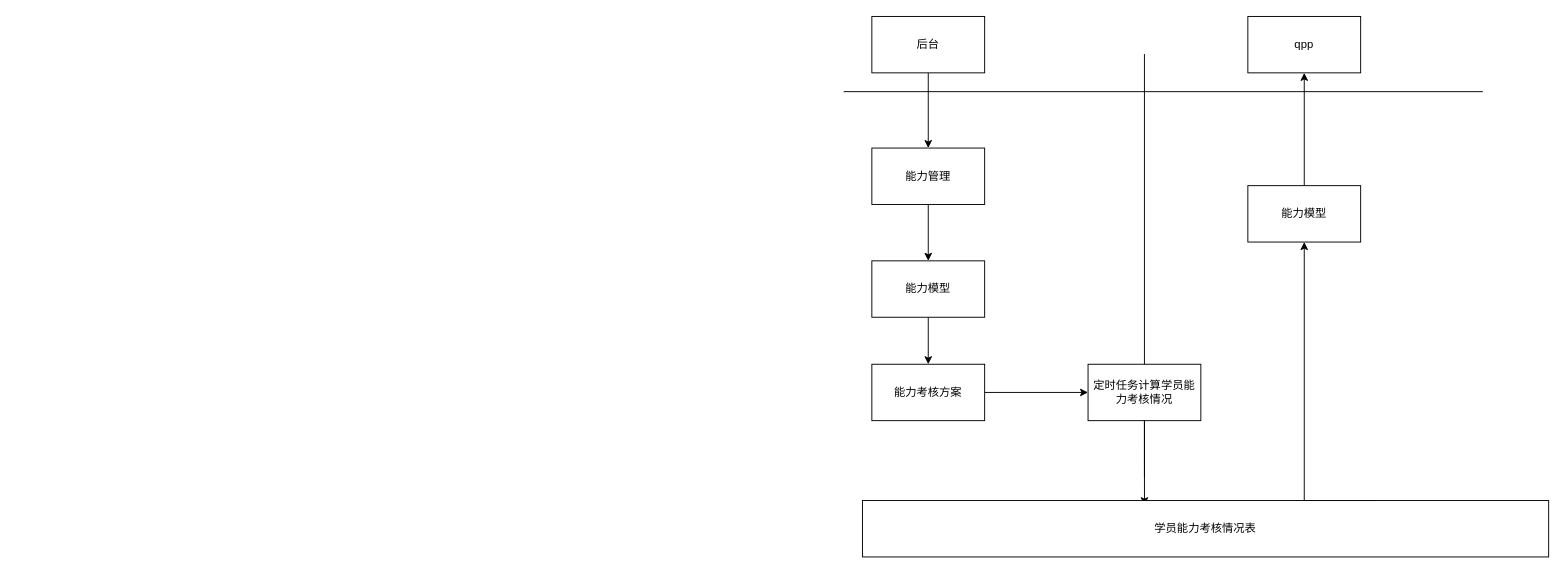
Above: exe/EXEPD-90418.drawio in w849027724/draw_files (draw.io), before the change. Source tidied: cells renumbered, new cells numbered last; positions are measured from the earlier drawing's top-left corner, leaving out a move shared by most shapes. Both pictures are drawn from the tidied source at 94%, with x=0, y=0 at pixel (843, 16).
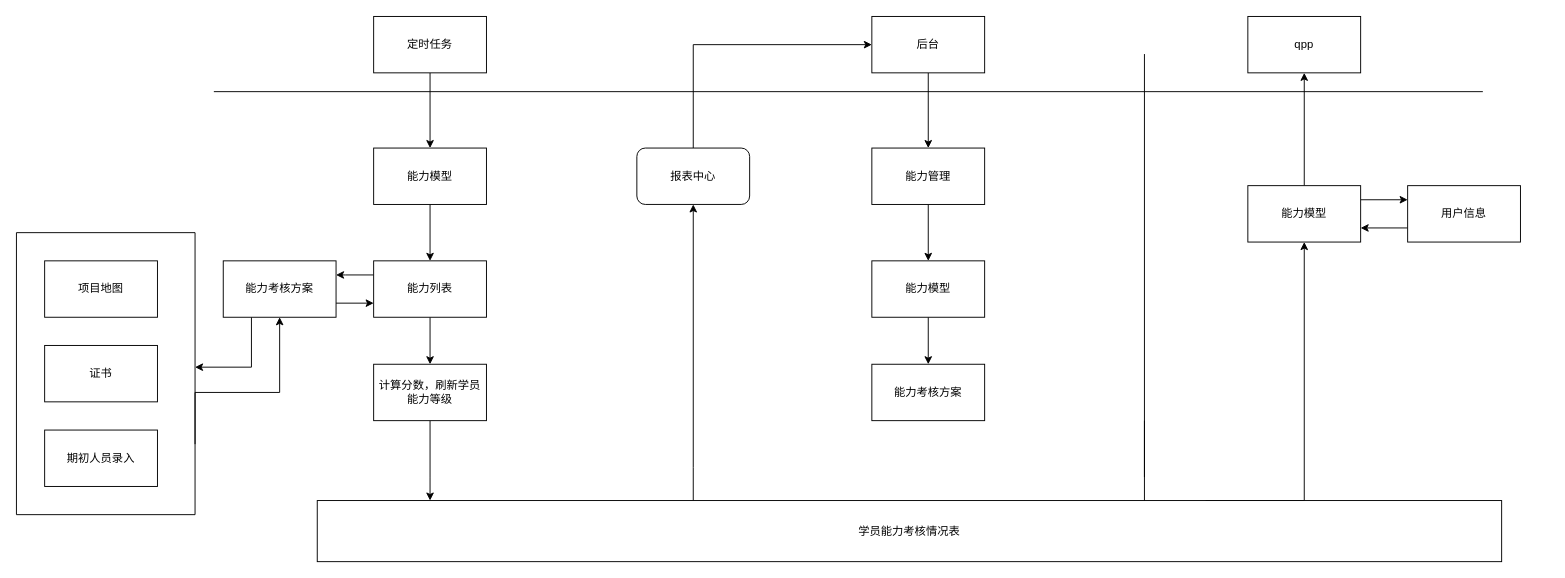
The same page after the edit.

Unchanged cells that the change refers to:
```xml
<mxCell id="5" value="后台" style="rounded=0;whiteSpace=wrap;html=1;" parent="1" vertex="1">
  <mxGeometry x="30" width="120" height="60" as="geometry" />
</mxCell>
<mxCell id="11" value="能力考核方案" style="rounded=0;whiteSpace=wrap;html=1;" parent="1" vertex="1">
  <mxGeometry x="30" y="370" width="120" height="60" as="geometry" />
</mxCell>
<mxCell id="18" value="能力模型" style="rounded=0;whiteSpace=wrap;html=1;" parent="1" vertex="1">
  <mxGeometry x="430" y="180" width="120" height="60" as="geometry" />
</mxCell>
```

Change to the diagram source:
```diff
@@
     <mxCell id="2" style="endArrow=none;html=1;rounded=0;" parent="1" edge="1">
       <mxGeometry relative="1" as="geometry">
-        <mxPoint y="80" as="sourcePoint" />
+        <mxPoint x="-670" y="80" as="sourcePoint" />
         <mxPoint x="680" y="80" as="targetPoint" />
       </mxGeometry>
     </mxCell>
@@
-    <mxCell id="10" style="edgeStyle=orthogonalEdgeStyle;rounded=0;jettySize=auto;html=1;exitX=1;exitY=0.5;exitDx=0;exitDy=0;" parent="1" edge="1" source="11" target="13">
-      <mxGeometry relative="1" as="geometry" />
-    </mxCell>
@@
-    <mxCell id="12" style="edgeStyle=orthogonalEdgeStyle;rounded=0;jettySize=auto;html=1;exitX=0.5;exitY=1;exitDx=0;exitDy=0;entryX=0.411;entryY=0.083;entryDx=0;entryDy=0;entryPerimeter=0;" parent="1" edge="1" source="13" target="15">
-      <mxGeometry relative="1" as="geometry" />
+    <mxCell id="12" style="edgeStyle=orthogonalEdgeStyle;rounded=0;jettySize=auto;html=1;exitX=0.5;exitY=1;exitDx=0;exitDy=0;entryX=0.411;entryY=0.083;entryDx=0;entryDy=0;entryPerimeter=0;" parent="1" edge="1" target="15">
+      <mxGeometry relative="1" as="geometry">
+        <mxPoint x="320" y="430" as="sourcePoint" />
+        <Array as="points">
+          <mxPoint x="320" y="520" />
+        </Array>
+      </mxGeometry>
     </mxCell>
-    <mxCell id="13" value="定时任务计算学员能力考核情况" style="rounded=0;whiteSpace=wrap;html=1;" parent="1" vertex="1">
-      <mxGeometry x="260" y="370" width="120" height="60" as="geometry" />
-    </mxCell>
@@
+    <mxCell id="19" style="edgeStyle=orthogonalEdgeStyle;rounded=0;jettySize=auto;html=1;" parent="1" edge="1" source="15" target="31">
+      <mxGeometry relative="1" as="geometry">
+        <Array as="points">
+          <mxPoint x="-160" y="480" />
+          <mxPoint x="-160" y="480" />
+        </Array>
+      </mxGeometry>
+    </mxCell>
     <mxCell id="15" value="学员能力考核情况表" style="rounded=0;whiteSpace=wrap;html=1;" parent="1" vertex="1">
-      <mxGeometry x="20" y="515" width="730" height="60" as="geometry" />
+      <mxGeometry x="-560" y="515" width="1260" height="65" as="geometry" />
     </mxCell>
@@
+    <mxCell id="20" style="edgeStyle=orthogonalEdgeStyle;rounded=0;jettySize=auto;html=1;exitX=1;exitY=0.25;exitDx=0;exitDy=0;entryX=0;entryY=0.25;entryDx=0;entryDy=0;" parent="1" edge="1" source="18" target="33">
+      <mxGeometry relative="1" as="geometry" />
+    </mxCell>
@@
+    <mxCell id="21" style="edgeStyle=orthogonalEdgeStyle;rounded=0;jettySize=auto;html=1;exitX=0.5;exitY=1;exitDx=0;exitDy=0;" parent="1" edge="1" source="22" target="24">
+      <mxGeometry relative="1" as="geometry" />
+    </mxCell>
+    <mxCell id="22" value="定时任务" style="rounded=0;whiteSpace=wrap;html=1;" parent="1" vertex="1">
+      <mxGeometry x="-500" width="120" height="60" as="geometry" />
+    </mxCell>
+    <mxCell id="23" style="edgeStyle=orthogonalEdgeStyle;rounded=0;jettySize=auto;html=1;exitX=0.5;exitY=1;exitDx=0;exitDy=0;" parent="1" edge="1" source="24" target="27">
+      <mxGeometry relative="1" as="geometry" />
+    </mxCell>
+    <mxCell id="24" value="能力模型" style="rounded=0;whiteSpace=wrap;html=1;" parent="1" vertex="1">
+      <mxGeometry x="-500" y="140" width="120" height="60" as="geometry" />
+    </mxCell>
+    <mxCell id="25" style="edgeStyle=orthogonalEdgeStyle;rounded=0;jettySize=auto;html=1;exitX=0.5;exitY=1;exitDx=0;exitDy=0;" parent="1" edge="1" source="27" target="29">
+      <mxGeometry relative="1" as="geometry" />
+    </mxCell>
+    <mxCell id="26" style="edgeStyle=orthogonalEdgeStyle;rounded=0;jettySize=auto;html=1;exitX=0;exitY=0.25;exitDx=0;exitDy=0;" parent="1" edge="1" source="27" target="36">
+      <mxGeometry relative="1" as="geometry">
+        <Array as="points">
+          <mxPoint x="-530" y="275" />
+          <mxPoint x="-530" y="275" />
+        </Array>
+      </mxGeometry>
+    </mxCell>
+    <mxCell id="27" value="能力列表" style="rounded=0;whiteSpace=wrap;html=1;" parent="1" vertex="1">
+      <mxGeometry x="-500" y="260" width="120" height="60" as="geometry" />
+    </mxCell>
+    <mxCell id="28" style="edgeStyle=orthogonalEdgeStyle;rounded=0;jettySize=auto;html=1;" parent="1" edge="1" source="29" target="15">
+      <mxGeometry relative="1" as="geometry">
+        <Array as="points">
+          <mxPoint x="-440" y="490" />
+          <mxPoint x="-440" y="490" />
+        </Array>
+      </mxGeometry>
+    </mxCell>
+    <mxCell id="29" value="计算分数，刷新学员能力等级" style="rounded=0;whiteSpace=wrap;html=1;" parent="1" vertex="1">
+      <mxGeometry x="-500" y="370" width="120" height="60" as="geometry" />
+    </mxCell>
+    <mxCell id="30" style="edgeStyle=orthogonalEdgeStyle;rounded=0;jettySize=auto;html=1;entryX=0;entryY=0.5;entryDx=0;entryDy=0;" parent="1" edge="1" source="31" target="5">
+      <mxGeometry relative="1" as="geometry">
+        <Array as="points">
+          <mxPoint x="-160" y="30" />
+        </Array>
+      </mxGeometry>
+    </mxCell>
+    <mxCell id="31" value="报表中心" style="rounded=1;whiteSpace=wrap;html=1;" parent="1" vertex="1">
+      <mxGeometry x="-220" y="140" width="120" height="60" as="geometry" />
+    </mxCell>
+    <mxCell id="32" style="edgeStyle=orthogonalEdgeStyle;rounded=0;jettySize=auto;html=1;exitX=0;exitY=0.75;exitDx=0;exitDy=0;entryX=1;entryY=0.75;entryDx=0;entryDy=0;" parent="1" edge="1" source="33" target="18">
+      <mxGeometry relative="1" as="geometry" />
+    </mxCell>
+    <mxCell id="33" value="用户信息" style="rounded=0;whiteSpace=wrap;html=1;" parent="1" vertex="1">
+      <mxGeometry x="600" y="180" width="120" height="60" as="geometry" />
+    </mxCell>
+    <mxCell id="34" style="edgeStyle=orthogonalEdgeStyle;rounded=0;jettySize=auto;html=1;exitX=1;exitY=0.75;exitDx=0;exitDy=0;entryX=0;entryY=0.75;entryDx=0;entryDy=0;" parent="1" edge="1" source="36" target="27">
+      <mxGeometry relative="1" as="geometry" />
+    </mxCell>
+    <mxCell id="35" style="edgeStyle=orthogonalEdgeStyle;rounded=0;jettySize=auto;html=1;exitX=0.25;exitY=1;exitDx=0;exitDy=0;entryX=1;entryY=0.477;entryDx=0;entryDy=0;entryPerimeter=0;" parent="1" edge="1" source="36" target="38">
+      <mxGeometry relative="1" as="geometry" />
+    </mxCell>
+    <mxCell id="36" value="能力考核方案" style="rounded=0;whiteSpace=wrap;html=1;" parent="1" vertex="1">
+      <mxGeometry x="-660" y="260" width="120" height="60" as="geometry" />
+    </mxCell>
+    <mxCell id="37" style="edgeStyle=orthogonalEdgeStyle;rounded=0;jettySize=auto;html=1;exitX=1;exitY=0.75;exitDx=0;exitDy=0;entryX=0.5;entryY=1;entryDx=0;entryDy=0;" parent="1" edge="1" source="38" target="36">
+      <mxGeometry relative="1" as="geometry">
+        <Array as="points">
+          <mxPoint x="-690" y="400" />
+          <mxPoint x="-600" y="400" />
+        </Array>
+      </mxGeometry>
+    </mxCell>
+    <mxCell id="38" style="swimlane;startSize=0;" parent="1" vertex="1">
+      <mxGeometry x="-880" y="230" width="190" height="300" as="geometry" />
+    </mxCell>
+    <mxCell id="39" value="项目地图" style="rounded=0;whiteSpace=wrap;html=1;" parent="38" vertex="1">
+      <mxGeometry x="30" y="30" width="120" height="60" as="geometry" />
+    </mxCell>
+    <mxCell id="40" value="证书" style="rounded=0;whiteSpace=wrap;html=1;" parent="38" vertex="1">
+      <mxGeometry x="30" y="120" width="120" height="60" as="geometry" />
+    </mxCell>
+    <mxCell id="41" value="期初人员录入" style="rounded=0;whiteSpace=wrap;html=1;" parent="38" vertex="1">
+      <mxGeometry x="30" y="210" width="120" height="60" as="geometry" />
+    </mxCell>
```
